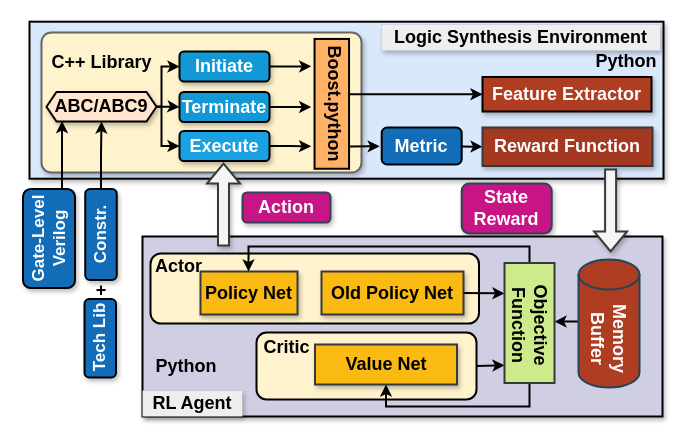
kxzhu0505/LogicSynOpt keeps this draw.io diagram as learningframework.drawio. Above is the earlier version. Source tidied: cells renumbered, new cells numbered last; positions are measured from the earlier drawing's top-left corner, leaving out a move shared by most shapes. Both pictures are drawn from the tidied source at 100%, with x=0, y=0 at pixel (-1, 21).
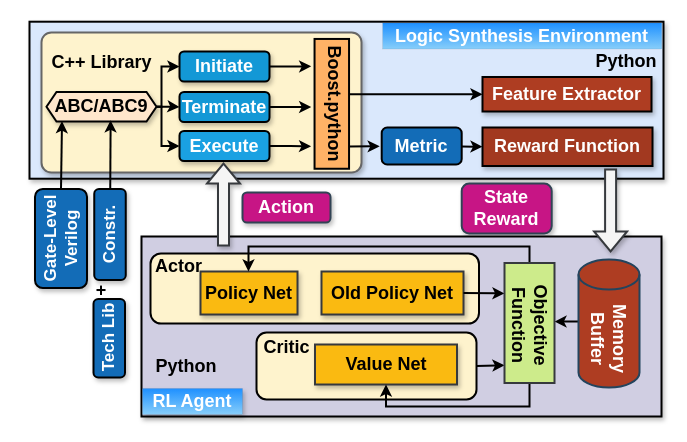
Above is the later version.

Unchanged cells that the change refers to:
```xml
<mxCell id="28" value="&lt;span style=&quot;font-size: 18px;&quot;&gt;&lt;b&gt;ABC/ABC9&lt;/b&gt;&lt;/span&gt;" style="shape=hexagon;perimeter=hexagonPerimeter2;whiteSpace=wrap;html=1;fixedSize=1;fillColor=#ffe6cc;strokeColor=#000000;strokeWidth=2;shadow=1;rounded=0;size=10;" parent="1" vertex="1">
  <mxGeometry x="47" y="70.5" width="110" height="29.5" as="geometry" />
</mxCell>
```

The edit, as a diff of the source:
```diff
@@
     <mxCell id="2" value="&lt;font color=&quot;#ffffff&quot;&gt;&lt;b style=&quot;font-size: 17px;&quot;&gt;&lt;font style=&quot;font-size: 17px;&quot;&gt;Gate-&lt;/font&gt;&lt;/b&gt;&lt;b style=&quot;font-size: 17px; background-color: initial;&quot;&gt;Level&lt;/b&gt;&lt;/font&gt;&lt;div style=&quot;font-size: 17px;&quot;&gt;&lt;div&gt;&lt;b&gt;&lt;font color=&quot;#ffffff&quot; style=&quot;font-size: 17px;&quot;&gt;Verilog&lt;/font&gt;&lt;/b&gt;&lt;/div&gt;&lt;/div&gt;" style="rounded=1;whiteSpace=wrap;html=1;fillColor=#136cb7;strokeColor=#000000;strokeWidth=2;shadow=1;rotation=-90;" parent="1" vertex="1">
-      <mxGeometry y="191" width="99" height="52" as="geometry" />
+      <mxGeometry x="12" y="191" width="99" height="52" as="geometry" />
     </mxCell>
@@
-    <mxCell id="7" value="&lt;b style=&quot;&quot;&gt;&lt;font color=&quot;#ffffff&quot; style=&quot;font-size: 18px;&quot;&gt;Reward Function&lt;/font&gt;&lt;/b&gt;" style="rounded=0;whiteSpace=wrap;html=1;fillColor=#A23920;strokeColor=#36393d;strokeWidth=2;shadow=1;" parent="1" vertex="1">
+    <mxCell id="7" value="&lt;b style=&quot;&quot;&gt;&lt;font color=&quot;#ffffff&quot; style=&quot;font-size: 18px;&quot;&gt;Reward Function&lt;/font&gt;&lt;/b&gt;" style="rounded=0;whiteSpace=wrap;html=1;fillColor=#A23920;strokeColor=#000000;strokeWidth=2;shadow=1;" parent="1" vertex="1">
       <mxGeometry x="483" y="106" width="170" height="38.5" as="geometry" />
     </mxCell>
@@
     <mxCell id="10" style="rounded=0;whiteSpace=wrap;html=1;fillColor=#d0cee2;strokeColor=#000000;strokeWidth=2;shadow=1;" parent="1" vertex="1">
-      <mxGeometry x="143" y="215" width="520" height="180" as="geometry" />
+      <mxGeometry x="142" y="215" width="520" height="180" as="geometry" />
     </mxCell>
-    <mxCell id="11" value="&lt;font size=&quot;1&quot; style=&quot;&quot;&gt;&lt;b style=&quot;font-size: 18px;&quot;&gt;RL Agent&lt;/b&gt;&lt;/font&gt;" style="text;html=1;align=center;verticalAlign=middle;whiteSpace=wrap;rounded=0;fillColor=#eeeeee;strokeColor=#36393d;strokeWidth=0;shadow=1;" parent="1" vertex="1">
-      <mxGeometry x="143" y="369" width="100" height="26" as="geometry" />
+    <mxCell id="11" value="&lt;font color=&quot;#ffffff&quot; size=&quot;1&quot; style=&quot;&quot;&gt;&lt;b style=&quot;font-size: 18px;&quot;&gt;RL Agent&lt;/b&gt;&lt;/font&gt;" style="text;html=1;align=center;verticalAlign=middle;whiteSpace=wrap;rounded=0;fillColor=#1E90FF;strokeColor=#36393d;strokeWidth=0;shadow=1;gradientColor=#87CEFA;" parent="1" vertex="1">
+      <mxGeometry x="143" y="367" width="100" height="26" as="geometry" />
     </mxCell>
@@
-    <mxCell id="25" value="&lt;b style=&quot;font-size: 18px;&quot;&gt;Logic Synthesis&amp;nbsp;&lt;/b&gt;&lt;b style=&quot;background-color: initial; font-size: 18px;&quot;&gt;Environment&lt;/b&gt;" style="text;html=1;align=center;verticalAlign=middle;whiteSpace=wrap;rounded=0;fillColor=#eeeeee;strokeColor=#36393d;strokeWidth=0;shadow=1;" parent="1" vertex="1">
-      <mxGeometry x="382" y="3.2" width="279" height="26" as="geometry" />
+    <mxCell id="25" value="&lt;font color=&quot;#ffffff&quot;&gt;&lt;b style=&quot;font-size: 18px;&quot;&gt;Logic Synthesis&amp;nbsp;&lt;/b&gt;&lt;b style=&quot;background-color: initial; font-size: 18px;&quot;&gt;Environment&lt;/b&gt;&lt;/font&gt;" style="text;html=1;align=center;verticalAlign=middle;whiteSpace=wrap;rounded=0;fillColor=#1E90FF;strokeColor=#36393d;strokeWidth=0;shadow=0;gradientColor=#87CEFA;" parent="1" vertex="1">
+      <mxGeometry x="383.2" y="1.5" width="279" height="26" as="geometry" />
     </mxCell>
@@
     <mxCell id="44" value="&lt;font color=&quot;#ffffff&quot;&gt;&lt;span style=&quot;font-size: 17px;&quot;&gt;&lt;b&gt;Tech Lib&lt;/b&gt;&lt;/span&gt;&lt;/font&gt;" style="rounded=1;whiteSpace=wrap;html=1;fillColor=#136cb7;strokeColor=#000000;strokeWidth=2;shadow=1;rotation=-90;" parent="1" vertex="1">
-      <mxGeometry x="61.5" y="301" width="78.5" height="31.5" as="geometry" />
+      <mxGeometry x="70.5" y="301" width="78.5" height="31.5" as="geometry" />
     </mxCell>
-    <mxCell id="45" style="edgeStyle=orthogonalEdgeStyle;rounded=0;jettySize=auto;html=1;entryX=0.5;entryY=1;entryDx=0;entryDy=0;strokeWidth=2;" parent="1" edge="1" source="46" target="28">
+    <mxCell id="45" style="rounded=0;jettySize=auto;html=1;entryX=0.583;entryY=0.961;entryDx=0;entryDy=0;strokeWidth=2;entryPerimeter=0;" parent="1" edge="1" source="46" target="28">
       <mxGeometry relative="1" as="geometry" />
     </mxCell>
     <mxCell id="46" value="&lt;font color=&quot;#ffffff&quot;&gt;&lt;span style=&quot;font-size: 17px;&quot;&gt;&lt;b&gt;Constr.&lt;/b&gt;&lt;/span&gt;&lt;/font&gt;" style="rounded=1;whiteSpace=wrap;html=1;fillColor=#136cb7;strokeColor=#000000;strokeWidth=2;shadow=1;rotation=-90;" parent="1" vertex="1">
-      <mxGeometry x="56" y="197.2" width="91" height="31.5" as="geometry" />
+      <mxGeometry x="65" y="197.2" width="91" height="31.5" as="geometry" />
     </mxCell>
@@
-    <mxCell id="53" style="rounded=0;jettySize=auto;html=1;entryX=0.141;entryY=0.986;entryDx=0;entryDy=0;strokeWidth=2;exitX=1;exitY=0.75;exitDx=0;exitDy=0;entryPerimeter=0;" parent="1" edge="1" source="2" target="28">
+    <mxCell id="53" style="rounded=0;jettySize=auto;html=1;entryX=0.141;entryY=0.986;entryDx=0;entryDy=0;strokeWidth=2;exitX=1;exitY=0.5;exitDx=0;exitDy=0;entryPerimeter=0;" parent="1" edge="1" source="2" target="28">
       <mxGeometry relative="1" as="geometry" />
     </mxCell>
```
